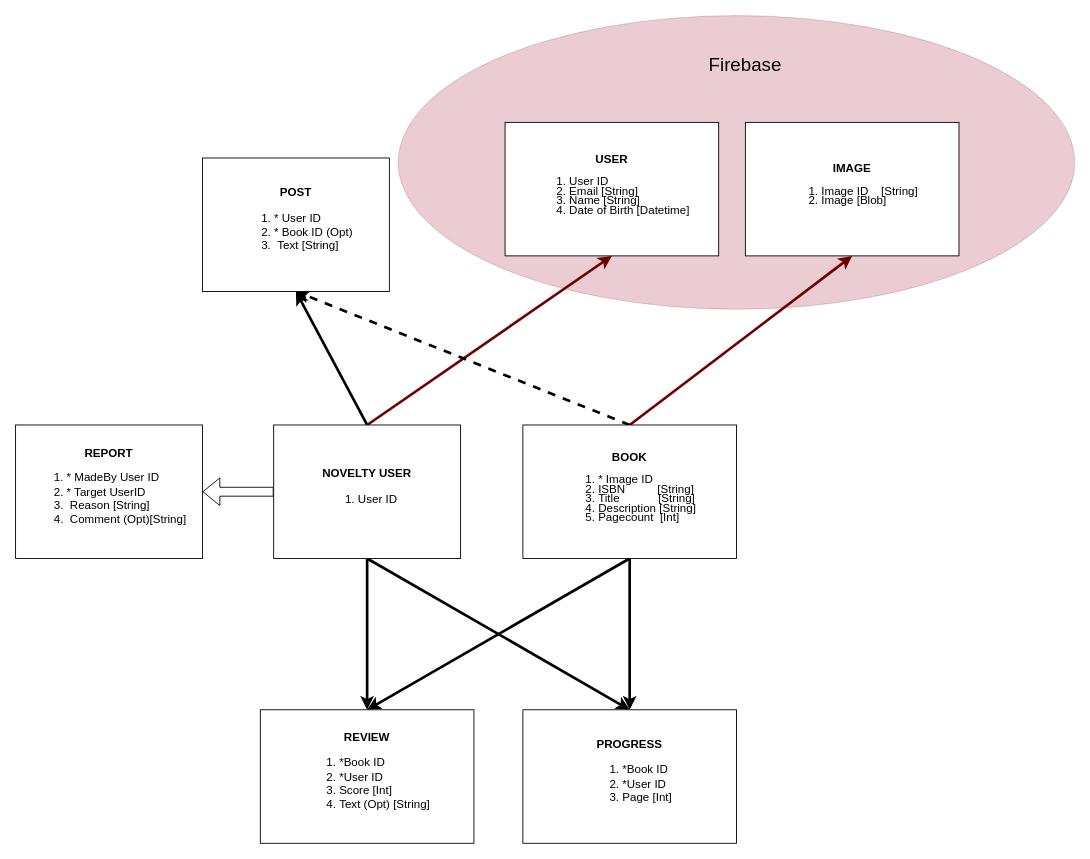
Before: backend/DB.drawio in stavkran/BookApp, a draw.io diagram. Source tidied: cells renumbered, new cells numbered last; positions are measured from the earlier drawing's top-left corner, leaving out a move shared by most shapes. Both pictures are drawn from the tidied source at 89%, with x=0, y=0 at pixel (15, 15).
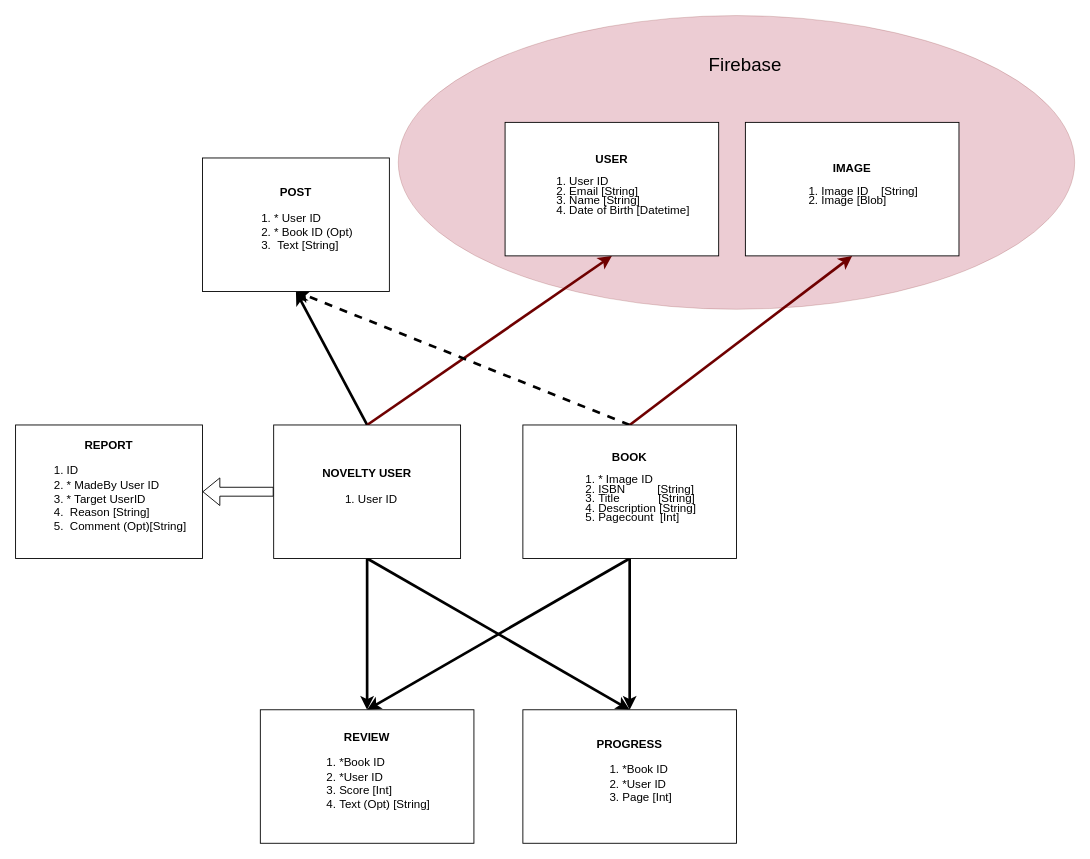
The same diagram, later.

What changed in the source:
```diff
@@
-    <mxCell id="17" value="&lt;font style=&quot;font-size: 13px;&quot;&gt;&lt;b&gt;REPORT&lt;/b&gt;&lt;br&gt;&lt;/font&gt;&lt;ol style=&quot;font-size: 13px;&quot;&gt;&lt;li style=&quot;text-align: justify;&quot;&gt;&lt;font style=&quot;font-size: 13px;&quot;&gt;* MadeBy User ID&lt;/font&gt;&lt;/li&gt;&lt;li style=&quot;text-align: justify;&quot;&gt;&lt;font style=&quot;font-size: 13px;&quot;&gt;* Target UserID&lt;/font&gt;&lt;/li&gt;&lt;li style=&quot;text-align: justify;&quot;&gt;&amp;nbsp;Reason [String]&lt;/li&gt;&lt;li style=&quot;text-align: justify;&quot;&gt;&amp;nbsp;Comment (Opt)[String]&lt;/li&gt;&lt;/ol&gt;" style="rounded=0;whiteSpace=wrap;html=1;align=center;" parent="1" vertex="1">
+    <mxCell id="17" value="&lt;font style=&quot;font-size: 13px;&quot;&gt;&lt;b&gt;REPORT&lt;/b&gt;&lt;br&gt;&lt;/font&gt;&lt;ol style=&quot;font-size: 13px;&quot;&gt;&lt;li style=&quot;text-align: justify;&quot;&gt;&lt;font style=&quot;font-size: 13px;&quot;&gt;ID&lt;/font&gt;&lt;/li&gt;&lt;li style=&quot;text-align: justify;&quot;&gt;&lt;font style=&quot;font-size: 13px;&quot;&gt;* MadeBy User ID&lt;/font&gt;&lt;/li&gt;&lt;li style=&quot;text-align: justify;&quot;&gt;&lt;font style=&quot;font-size: 13px;&quot;&gt;* Target UserID&lt;/font&gt;&lt;/li&gt;&lt;li style=&quot;text-align: justify;&quot;&gt;&amp;nbsp;Reason [String]&lt;/li&gt;&lt;li style=&quot;text-align: justify;&quot;&gt;&amp;nbsp;Comment (Opt)[String]&lt;/li&gt;&lt;/ol&gt;" style="rounded=0;whiteSpace=wrap;html=1;align=center;" parent="1" vertex="1">
       <mxGeometry y="460" width="210" height="150" as="geometry" />
     </mxCell>
```
